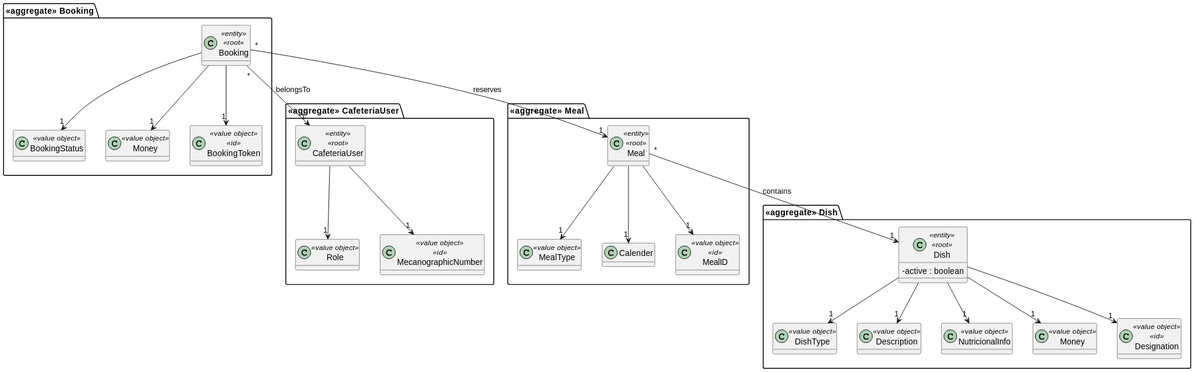
Before: documentation/user_stories/us_017/svg/domain-model.svg, a diagram exported from PlantUML (daniel41silva05/Cafeteria_Management_ISEP). The source it was exported from:
```plantuml
@startuml
skinparam classAttributeIconSize 0
hide empty attributes

package "<<aggregate>> CafeteriaUser" {
    class CafeteriaUser <<entity>> <<root>> {
    }

    class Role <<value object>> {
    }

    class MecanographicNumber <<value object>> <<id>> {
    }

    CafeteriaUser --> "1" Role
    CafeteriaUser --> "1" MecanographicNumber
}

package "<<aggregate>> Meal" {
    class Meal <<entity>> <<root>> {
    }

    class MealType <<value object>> {
    }

    class Calender {
    }

    class MealID <<value object>> <<id>> {
    }

    Meal --> "1" MealID
    Meal --> "1" MealType
    Meal --> "1" Calender
}

package "<<aggregate>> Dish" {
    class Dish <<entity>> <<root>> {
        -active : boolean
    }

    class DishType <<value object>> {
    }

    class Description <<value object>> {
    }

    class NutricionalInfo <<value object>> {
    }

    class Money <<value object>> {
    }

    class Designation <<value object>> <<id>> {
    }

    Dish --> "1" Designation
    Dish --> "1" NutricionalInfo
    Dish --> "1" Money
    Dish --> "1" Description
    Dish --> "1" DishType
}

package "<<aggregate>> Booking" {
    class Booking <<entity>> <<root>> {
    }

    class BookingStatus <<value object>> {
    }

    class Money <<value object>> {
    }

    class BookingToken <<value object>> <<id>> {
    }

    Booking --> "1" BookingToken
    Booking --> "1" BookingStatus
    Booking --> "1" Money
}

Meal "*" --> "1" Dish : contains
Booking "*" --> "1" Meal : reserves
Booking "*" --> "1" CafeteriaUser : belongsTo
@enduml
```
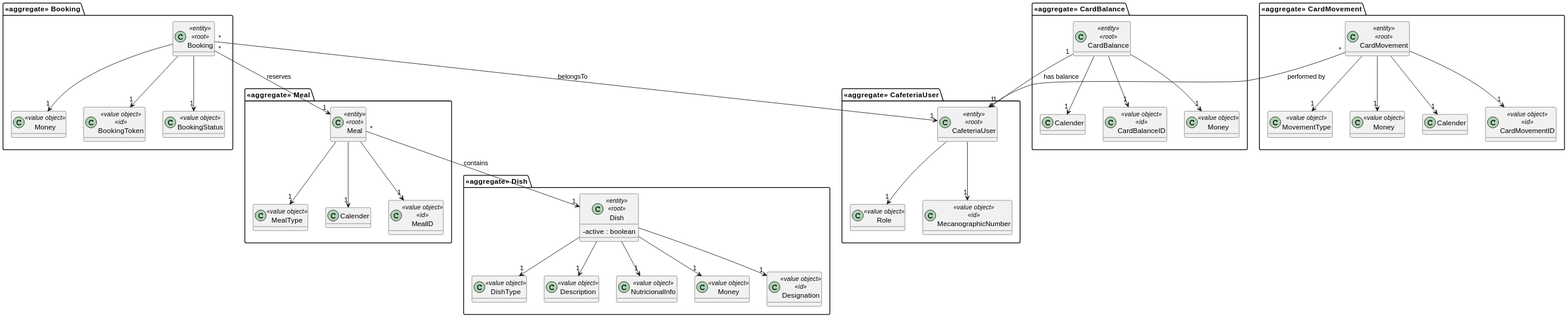
Above is the later version.

The edit, as a diff of the source:
```diff
@@ -79,7 +79,49 @@
     Booking --> "1" Money
 }
 
+package "<<aggregate>> CardBalance" {
+    class CardBalance <<entity>> <<root>> {
+    }
+
+    class Money <<value object>> {
+    }
+
+    class Calender {
+    }
+
+    class CardBalanceID <<value object>> <<id>> {
+    }
+
+    CardBalance --> "1" Money
+    CardBalance --> "1" Calender
+    CardBalance --> "1" CardBalanceID
+}
+
+package "<<aggregate>> CardMovement" {
+    class CardMovement <<entity>> <<root>> {
+    }
+
+    class MovementType <<value object>> {
+    }
+
+    class Money <<value object>> {
+    }
+
+    class Calender {
+    }
+
+    class CardMovementID <<value object>> <<id>> {
+    }
+
+    CardMovement --> "1" MovementType
+    CardMovement --> "1" Money
+    CardMovement --> "1" Calender
+    CardMovement --> "1" CardMovementID
+}
+
 Meal "*" --> "1" Dish : contains
 Booking "*" --> "1" Meal : reserves
 Booking "*" --> "1" CafeteriaUser : belongsTo
+CardBalance "1" --> "1" CafeteriaUser : has balance
+CardMovement "*" --> "1" CafeteriaUser : performed by
 @enduml
```
